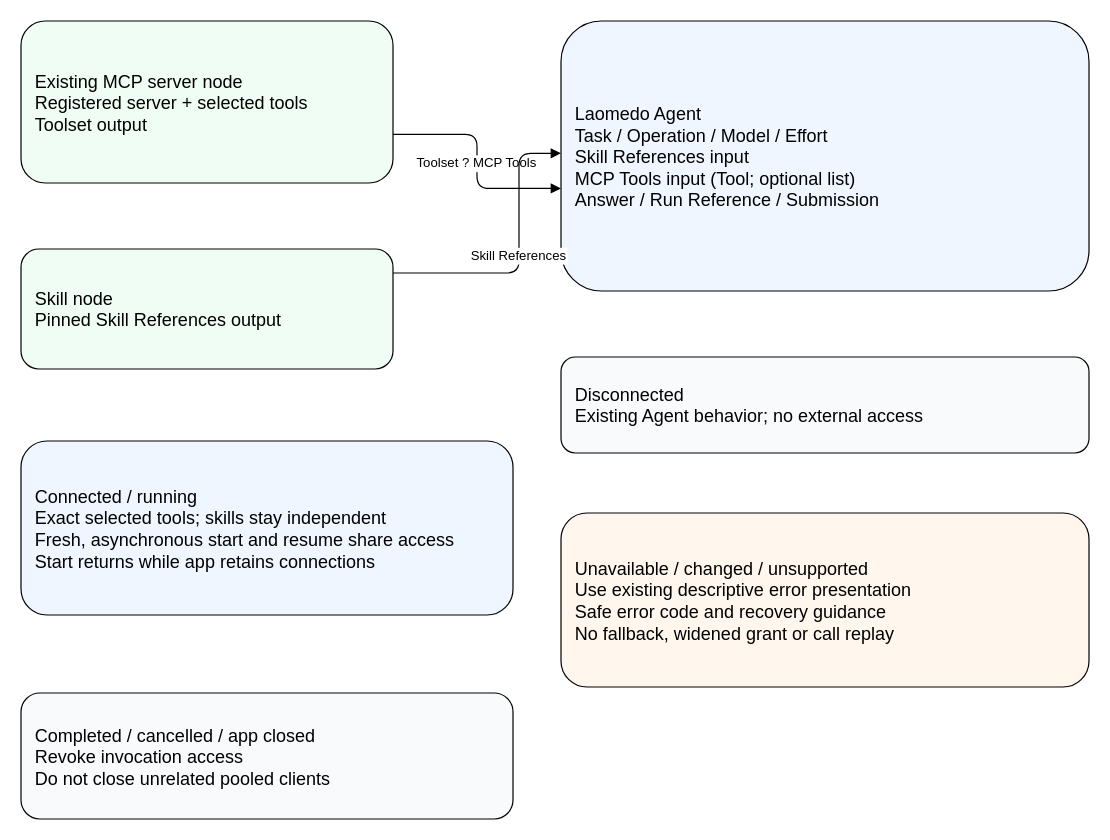
Before: page "MCP Toolset connections - issue 280" (2 of 2) of projects/laomedo/subsystems/agent-execution/design/agent-node-controls.drawio in amadou-6e/specs, a draw.io diagram. Source tidied: cells renumbered, new cells numbered last; positions are measured from the earlier drawing's top-left corner, leaving out a move shared by most shapes. Both pictures are drawn from the tidied source at 120%, with x=0, y=0 at pixel (20, 20).
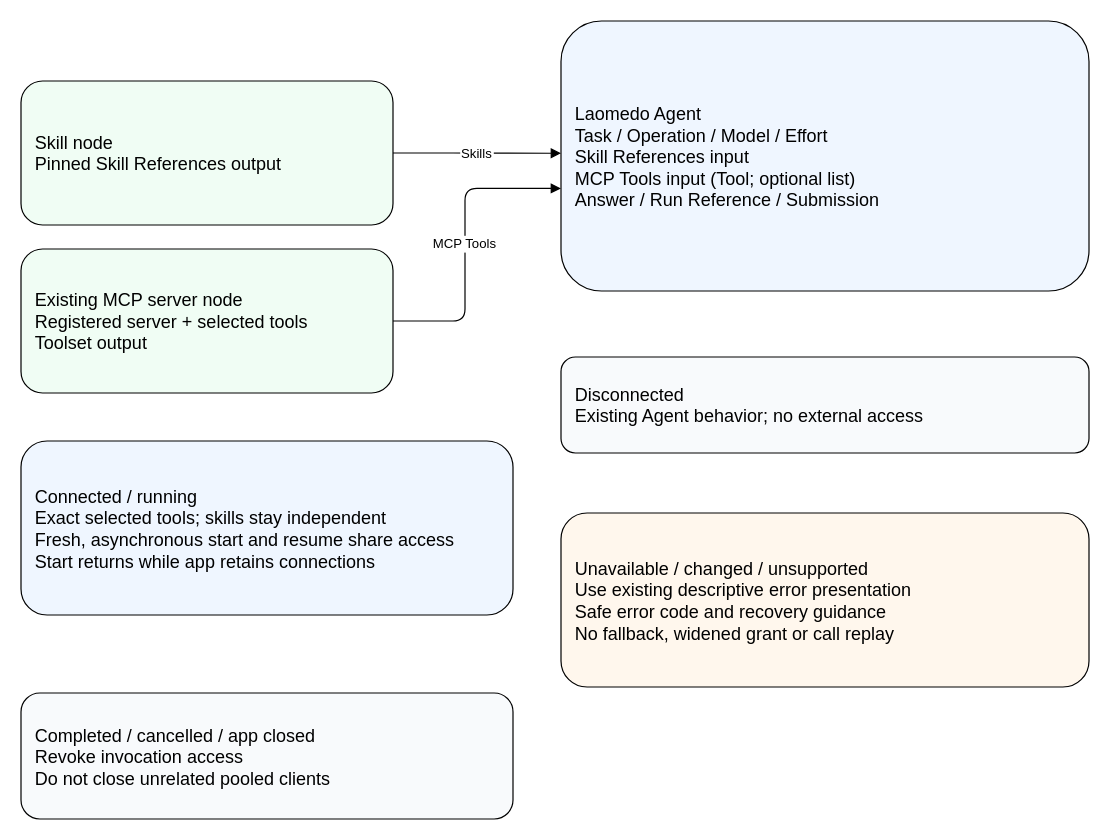
Above is the later version.

Commit message:
Align source order with separate Agent input handles

What changed in the source:
```diff
@@
 <mxGraphModel>
   <root>
     <mxCell id="0" />
     <mxCell id="1" parent="0" />
     <mxCell id="2" value="Existing MCP server node&#10;Registered server + selected tools&#10;Toolset output" style="rounded=1;whiteSpace=wrap;html=0;fillColor=#f0fdf4;fontSize=15;align=left;spacing=12;" parent="1" vertex="1">
-      <mxGeometry width="310" height="135" as="geometry" />
+      <mxGeometry y="190" width="310" height="120" as="geometry" />
     </mxCell>
     <mxCell id="3" value="Skill node&#10;Pinned Skill References output" style="rounded=1;whiteSpace=wrap;html=0;fillColor=#f0fdf4;fontSize=15;align=left;spacing=12;" parent="1" vertex="1">
-      <mxGeometry y="190" width="310" height="100" as="geometry" />
+      <mxGeometry y="50" width="310" height="120" as="geometry" />
     </mxCell>
     <mxCell id="4" value="Laomedo Agent&#10;Task / Operation / Model / Effort&#10;Skill References input&#10;MCP Tools input (Tool; optional list)&#10;Answer / Run Reference / Submission" style="rounded=1;whiteSpace=wrap;html=0;fillColor=#eff6ff;fontSize=15;align=left;spacing=12;" parent="1" vertex="1">
       <mxGeometry x="450" width="440" height="225" as="geometry" />
     </mxCell>
     <mxCell id="5" value="Disconnected&#10;Existing Agent behavior; no external access" style="rounded=1;whiteSpace=wrap;html=0;fillColor=#f8fafc;fontSize=15;align=left;spacing=12;" parent="1" vertex="1">
       <mxGeometry x="450" y="280" width="440" height="80" as="geometry" />
     </mxCell>
     <mxCell id="6" value="Connected / running&#10;Exact selected tools; skills stay independent&#10;Fresh, asynchronous start and resume share access&#10;Start returns while app retains connections" style="rounded=1;whiteSpace=wrap;html=0;fillColor=#eff6ff;fontSize=15;align=left;spacing=12;" parent="1" vertex="1">
       <mxGeometry y="350" width="410" height="145" as="geometry" />
     </mxCell>
     <mxCell id="7" value="Unavailable / changed / unsupported&#10;Use existing descriptive error presentation&#10;Safe error code and recovery guidance&#10;No fallback, widened grant or call replay" style="rounded=1;whiteSpace=wrap;html=0;fillColor=#fff7ed;fontSize=15;align=left;spacing=12;" parent="1" vertex="1">
       <mxGeometry x="450" y="410" width="440" height="145" as="geometry" />
     </mxCell>
     <mxCell id="8" value="Completed / cancelled / app closed&#10;Revoke invocation access&#10;Do not close unrelated pooled clients" style="rounded=1;whiteSpace=wrap;html=0;fillColor=#f8fafc;fontSize=15;align=left;spacing=12;" parent="1" vertex="1">
       <mxGeometry y="560" width="410" height="105" as="geometry" />
     </mxCell>
-    <mxCell id="9" value="Toolset ? MCP Tools" style="edgeStyle=orthogonalEdgeStyle;endArrow=block;exitX=1;exitY=0.7;entryX=0;entryY=0.62;fontSize=11;labelBackgroundColor=#ffffff;" parent="1" edge="1" source="2" target="4">
+    <mxCell id="9" value="MCP Tools" style="edgeStyle=orthogonalEdgeStyle;endArrow=block;exitX=1;exitY=0.5;entryX=0;entryY=0.62;fontSize=11;labelBackgroundColor=#ffffff;" parent="1" edge="1" source="2" target="4">
       <mxGeometry relative="1" as="geometry">
         <Array as="points">
-          <mxPoint x="380" y="94" />
+          <mxPoint x="370" y="250" />
         </Array>
       </mxGeometry>
     </mxCell>
-    <mxCell id="10" value="Skill References" style="edgeStyle=orthogonalEdgeStyle;endArrow=block;exitX=1;exitY=0.2;entryX=0;entryY=0.49;fontSize=11;labelBackgroundColor=#ffffff;" parent="1" edge="1" source="3" target="4">
+    <mxCell id="10" value="Skills" style="edgeStyle=orthogonalEdgeStyle;endArrow=block;exitX=1;exitY=0.5;entryX=0;entryY=0.49;fontSize=11;labelBackgroundColor=#ffffff;" parent="1" edge="1" source="3" target="4">
       <mxGeometry relative="1" as="geometry">
         <Array as="points">
-          <mxPoint x="415" y="210" />
+          <mxPoint x="370" y="110" />
         </Array>
       </mxGeometry>
     </mxCell>
   </root>
 </mxGraphModel>
```
